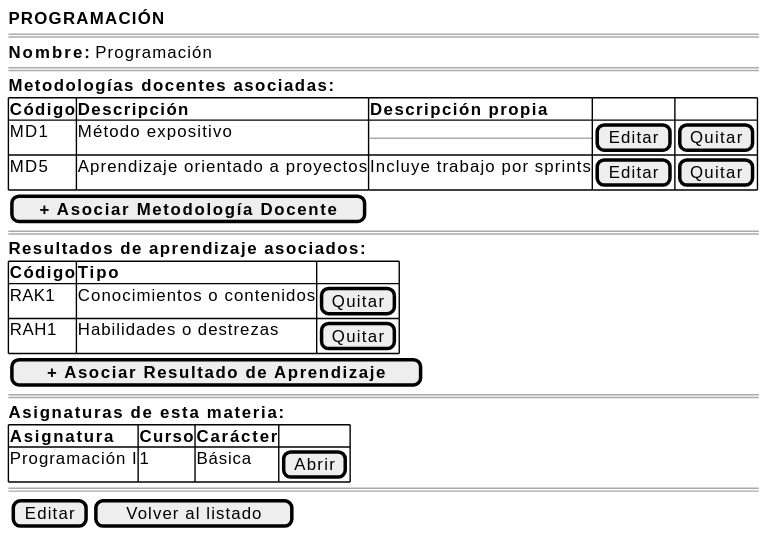
mmasias/pyCeldaPublico keeps this PlantUML diagram as images/RUP/01-requisitos/03-detalle-casos-uso/abrirMateria/wireframe.svg. Above is the earlier version.
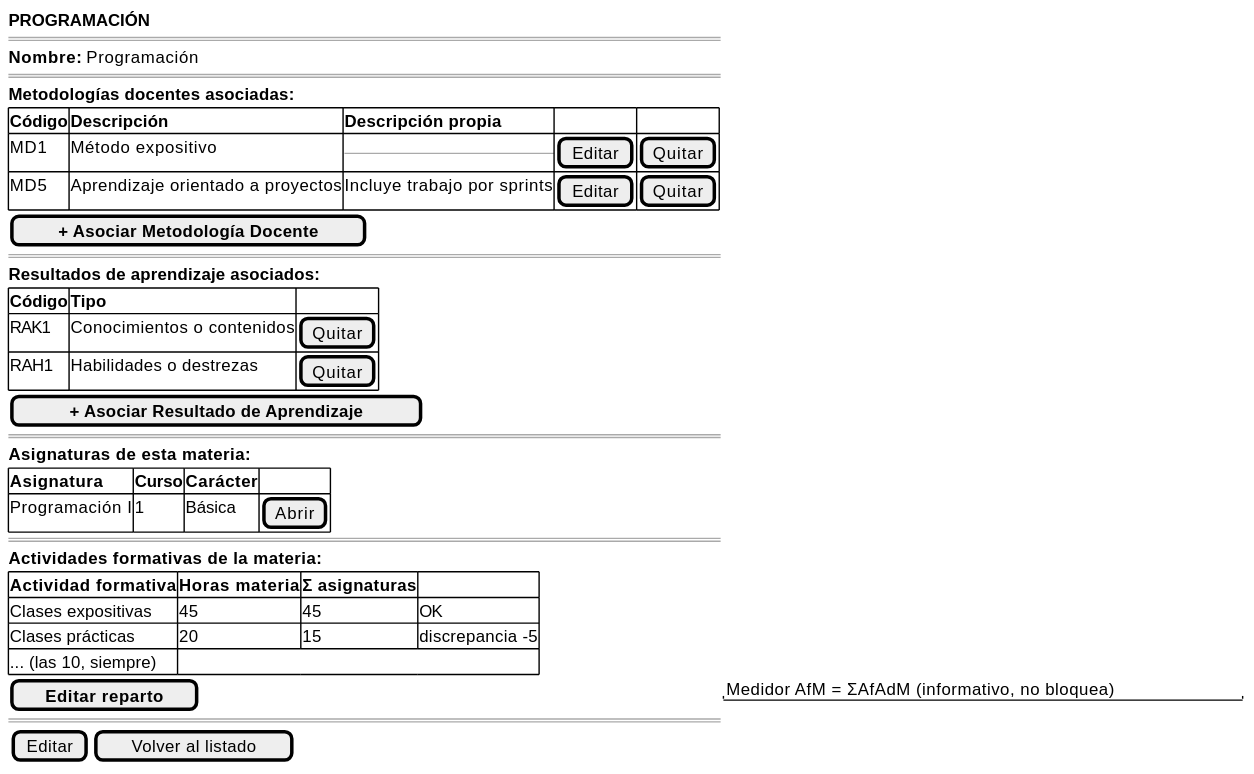
The same diagram one commit later.

The edit, as a diff of the source:
```diff
@@ -26,6 +26,15 @@
         Programación I | 1 | Básica | [Abrir]
     }
     ====
+    <b>Actividades formativas de la materia:</b>
+    {#
+        <b>Actividad formativa | <b>Horas materia | <b>Σ asignaturas | .
+        Clases expositivas | 45 | 45 | OK
+        Clases prácticas | 20 | 15 | discrepancia -5
+        ... (las 10, siempre) | | |
+    }
+    [ <b>Editar reparto</b> ]  |  "Medidor AfM = ΣAfAdM (informativo, no bloquea)"
+    ====
     {[Editar] | [Volver al listado]}
 }
 @endsalt
```
